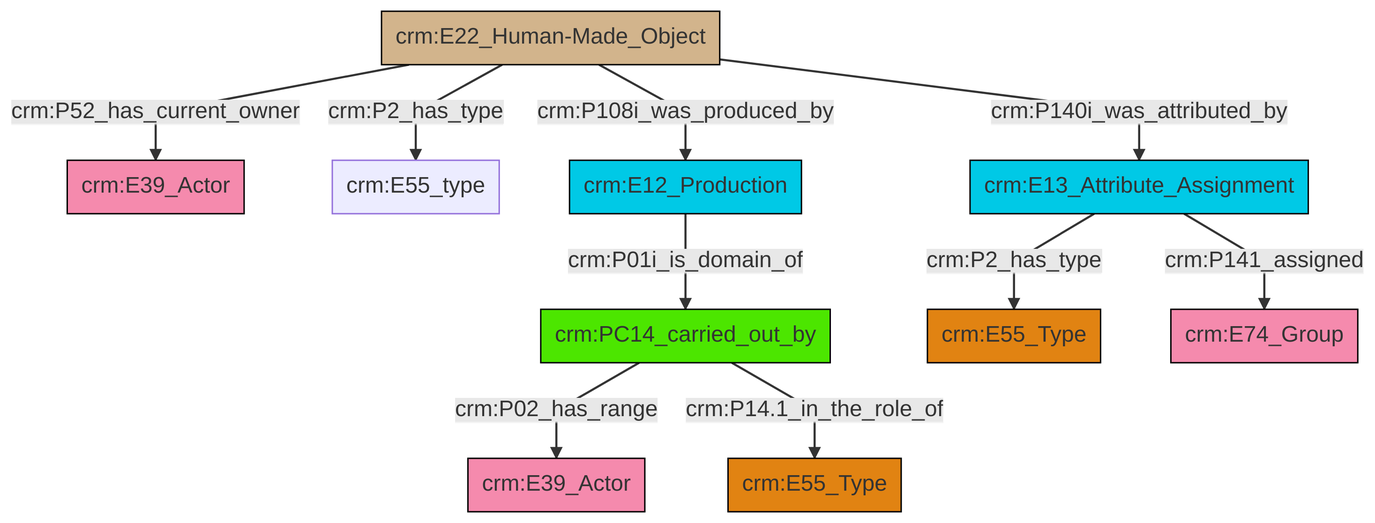
Earlier version of the Mermaid export et/builtWorkCSV/ttl/mmd/png/Built_Work_actor_relations.png (swiss-art-research-net/reference-data-models). Its source is kept beside it as et/builtWorkCSV/ttl/mmd/Built_Work_actor_relations.ttl.mmd. The source it was exported from:
```mermaid
graph TD
classDef Literal fill:#f2f2f2,stroke:#000000;
classDef CRM_Entity fill:#FFFFFF,stroke:#000000;
classDef Temporal_Entity fill:#00C9E6, stroke:#000000;
classDef Type fill:#E18312, stroke:#000000;
classDef Time-Span fill:#2C9C91, stroke:#000000;
classDef Appellation fill:#FFEB7F, stroke:#000000;
classDef Place fill:#008836, stroke:#000000;
classDef Persistent_Item fill:#B266B2, stroke:#000000;
classDef Conceptual_Object fill:#FFD700, stroke:#000000;
classDef Physical_Thing fill:#D2B48C, stroke:#000000;
classDef Actor fill:#f58aad, stroke:#000000;
classDef PC_Classes fill:#4ce600, stroke:#000000;
classDef Multi fill:#cccccc,stroke:#000000;

0["crm:E22_Human-Made_Object"]:::Physical_Thing -->|crm:P52_has_current_owner| 1["crm:E39_Actor"]:::Actor
7["crm:PC14_carried_out_by"]:::PC_Classes -->|crm:P02_has_range| 4["crm:E39_Actor"]:::Actor
0["crm:E22_Human-Made_Object"]:::Physical_Thing -->|crm:P140i_was_attributed_by| 11["crm:E13_Attribute_Assignment"]:::Temporal_Entity
0["crm:E22_Human-Made_Object"]:::Physical_Thing -->|crm:P2_has_type| 9["crm:E55_type"]:::Default
0["crm:E22_Human-Made_Object"]:::Physical_Thing -->|crm:P108i_was_produced_by| 15["crm:E12_Production"]:::Temporal_Entity
7["crm:PC14_carried_out_by"]:::PC_Classes -->|crm:P14.1_in_the_role_of| 2["crm:E55_Type"]:::Type
15["crm:E12_Production"]:::Temporal_Entity -->|crm:P01i_is_domain_of| 7["crm:PC14_carried_out_by"]:::PC_Classes
11["crm:E13_Attribute_Assignment"]:::Temporal_Entity -->|crm:P2_has_type| 12["crm:E55_Type"]:::Type
11["crm:E13_Attribute_Assignment"]:::Temporal_Entity -->|crm:P141_assigned| 18["crm:E74_Group"]:::Actor
```
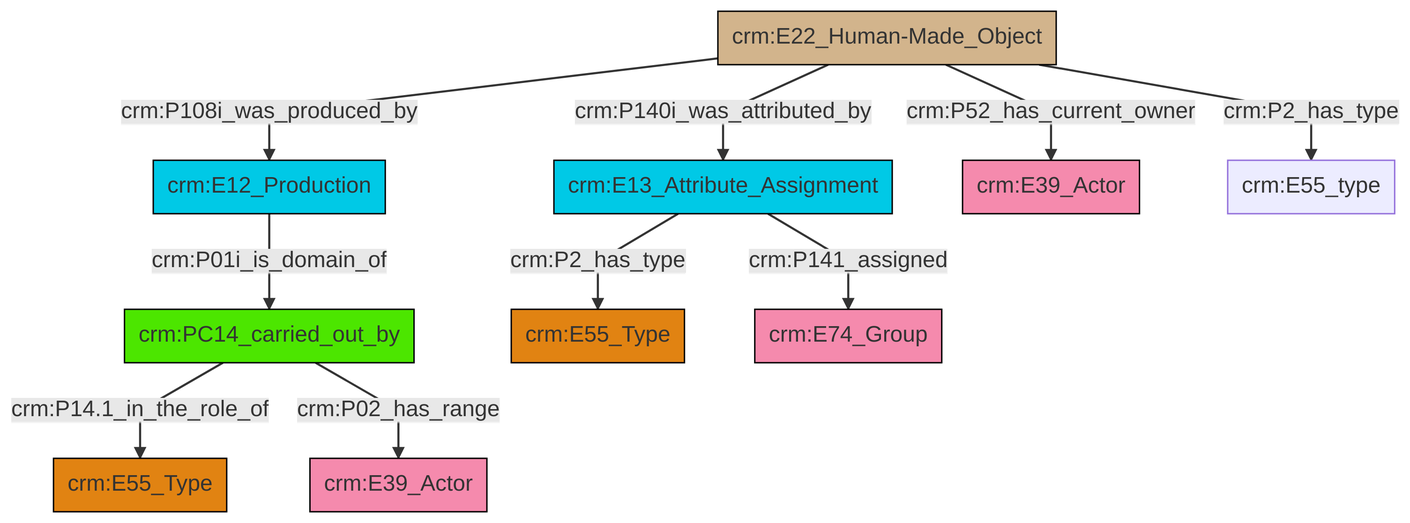
The same file after the commit.

The edit, as a diff of the source:
```diff
@@ -13,12 +13,12 @@
 classDef PC_Classes fill:#4ce600, stroke:#000000;
 classDef Multi fill:#cccccc,stroke:#000000;
 
-0["crm:E22_Human-Made_Object"]:::Physical_Thing -->|crm:P52_has_current_owner| 1["crm:E39_Actor"]:::Actor
-7["crm:PC14_carried_out_by"]:::PC_Classes -->|crm:P02_has_range| 4["crm:E39_Actor"]:::Actor
-0["crm:E22_Human-Made_Object"]:::Physical_Thing -->|crm:P140i_was_attributed_by| 11["crm:E13_Attribute_Assignment"]:::Temporal_Entity
-0["crm:E22_Human-Made_Object"]:::Physical_Thing -->|crm:P2_has_type| 9["crm:E55_type"]:::Default
-0["crm:E22_Human-Made_Object"]:::Physical_Thing -->|crm:P108i_was_produced_by| 15["crm:E12_Production"]:::Temporal_Entity
-7["crm:PC14_carried_out_by"]:::PC_Classes -->|crm:P14.1_in_the_role_of| 2["crm:E55_Type"]:::Type
-15["crm:E12_Production"]:::Temporal_Entity -->|crm:P01i_is_domain_of| 7["crm:PC14_carried_out_by"]:::PC_Classes
-11["crm:E13_Attribute_Assignment"]:::Temporal_Entity -->|crm:P2_has_type| 12["crm:E55_Type"]:::Type
-11["crm:E13_Attribute_Assignment"]:::Temporal_Entity -->|crm:P141_assigned| 18["crm:E74_Group"]:::Actor
+0["crm:E22_Human-Made_Object"]:::Physical_Thing -->|crm:P108i_was_produced_by| 1["crm:E12_Production"]:::Temporal_Entity
+1["crm:E12_Production"]:::Temporal_Entity -->|crm:P01i_is_domain_of| 2["crm:PC14_carried_out_by"]:::PC_Classes
+2["crm:PC14_carried_out_by"]:::PC_Classes -->|crm:P14.1_in_the_role_of| 3["crm:E55_Type"]:::Type
+4["crm:E13_Attribute_Assignment"]:::Temporal_Entity -->|crm:P2_has_type| 5["crm:E55_Type"]:::Type
+0["crm:E22_Human-Made_Object"]:::Physical_Thing -->|crm:P52_has_current_owner| 6["crm:E39_Actor"]:::Actor
+0["crm:E22_Human-Made_Object"]:::Physical_Thing -->|crm:P2_has_type| 11["crm:E55_type"]:::Default
+4["crm:E13_Attribute_Assignment"]:::Temporal_Entity -->|crm:P141_assigned| 16["crm:E74_Group"]:::Actor
+2["crm:PC14_carried_out_by"]:::PC_Classes -->|crm:P02_has_range| 13["crm:E39_Actor"]:::Actor
+0["crm:E22_Human-Made_Object"]:::Physical_Thing -->|crm:P140i_was_attributed_by| 4["crm:E13_Attribute_Assignment"]:::Temporal_Entity
```
